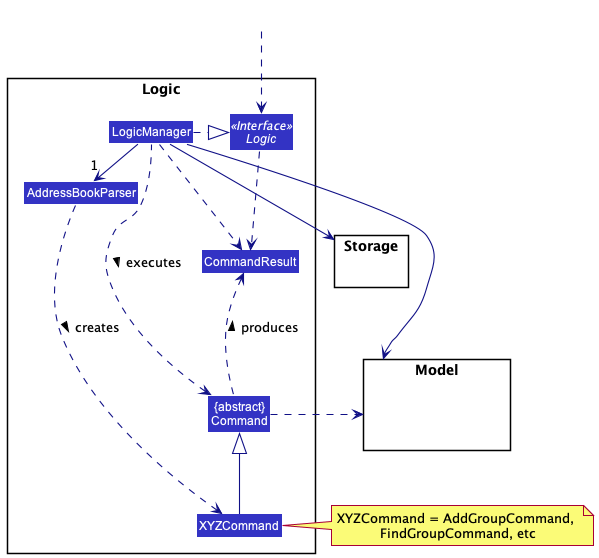
Earlier version of the PlantUML export docs/images/LogicClassDiagram.png (nus-cs2103-AY2122S1/tp).
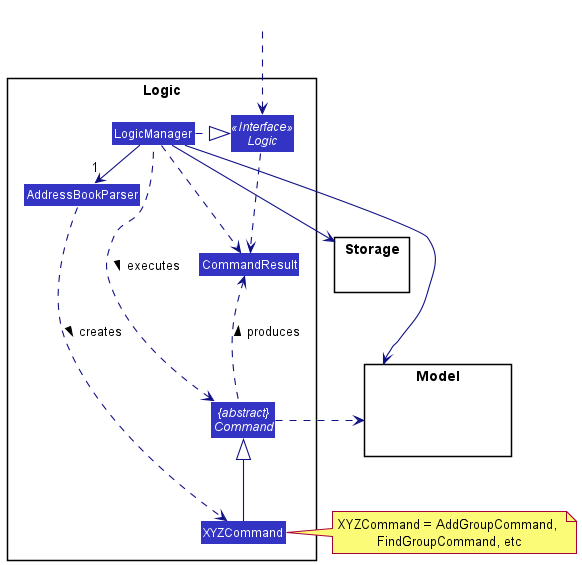
Later version of the same file.

Commit message:
Update Logic diagram

The edit, as a diff of the source:
```diff
@@ -9,7 +9,7 @@
 Class AddressBookParser
 Class XYZCommand
 Class CommandResult
-Class "{abstract}\nCommand" as Command
+abstract Class "{abstract}\nCommand" as Command
 
 
 Interface Logic <<Interface>>
```
